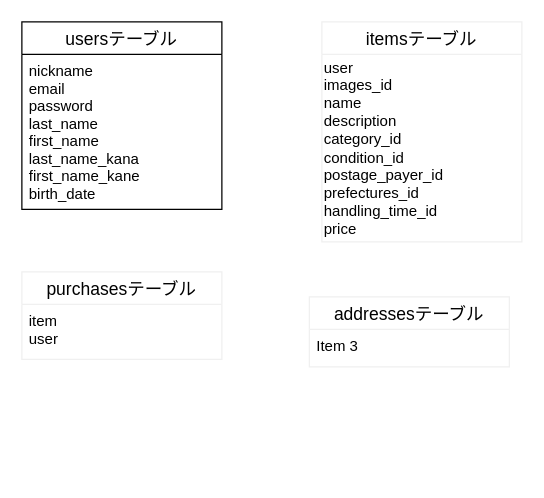
This is ER.dio from BH2401/furima-28385, a draw.io file, before an edit. Source tidied: cells renumbered, new cells numbered last; positions are measured from the earlier drawing's top-left corner, leaving out a move shared by most shapes. Both pictures are drawn from the tidied source at 125%, with x=0, y=0 at pixel (21, 21).
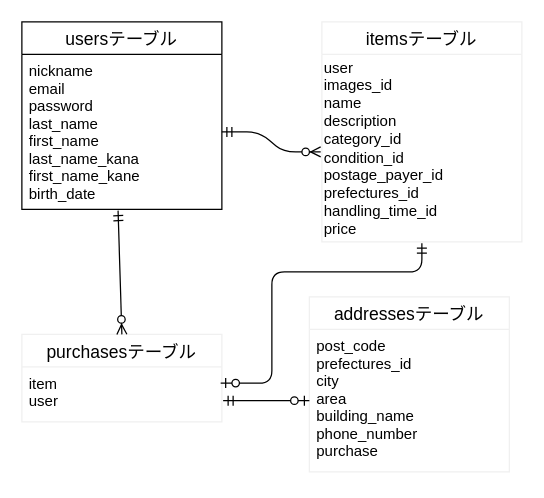
The same page after the edit.

The edit, as a diff of the source:
```diff
@@
 <mxGraphModel>
   <root>
     <mxCell id="0" />
     <mxCell id="1" parent="0" />
     <mxCell id="2" value="usersテーブル" style="swimlane;fontStyle=0;horizontal=1;startSize=26;align=center;fontSize=14;" parent="1" vertex="1">
       <mxGeometry width="160" height="150" as="geometry" />
     </mxCell>
     <mxCell id="3" value="nickname&#10;email&#10;password&#10;last_name&#10;first_name&#10;last_name_kana&#10;first_name_kane&#10;birth_date&#10;" style="text;strokeColor=none;fillColor=none;spacingLeft=4;spacingRight=4;overflow=hidden;points=[[0,0.5],[1,0.5]];portConstraint=eastwest;fontSize=12;" parent="2" vertex="1">
       <mxGeometry y="26" width="160" height="124" as="geometry" />
     </mxCell>
     <mxCell id="4" value="itemsテーブル" style="swimlane;fontStyle=0;horizontal=1;startSize=26;align=center;fontSize=14;strokeColor=#f0f0f0;" parent="1" vertex="1">
       <mxGeometry x="240" width="160" height="176" as="geometry" />
     </mxCell>
     <mxCell id="5" value="user&lt;br&gt;images_id&lt;br&gt;name&lt;br&gt;description&lt;br&gt;category_id&lt;br&gt;condition_id&lt;br&gt;postage_payer_id&lt;br&gt;prefectures_id&lt;br&gt;handling_time_id&lt;br&gt;price" style="text;html=1;align=left;verticalAlign=middle;points=[];" parent="4" vertex="1">
       <mxGeometry y="26" width="160" height="150" as="geometry" />
     </mxCell>
+    <mxCell id="8" value="addressesテーブル" style="swimlane;fontStyle=0;horizontal=1;startSize=26;align=center;fontSize=14;strokeColor=#f0f0f0;" parent="1" vertex="1">
+      <mxGeometry x="230" y="220" width="160" height="140" as="geometry" />
+    </mxCell>
+    <mxCell id="9" value="post_code&#10;prefectures_id&#10;city&#10;area&#10;building_name&#10;phone_number&#10;purchase" style="text;strokeColor=none;fillColor=none;spacingLeft=4;spacingRight=4;overflow=hidden;points=[[0,0.5],[1,0.5]];portConstraint=eastwest;fontSize=12;" parent="8" vertex="1">
+      <mxGeometry y="26" width="160" height="114" as="geometry" />
+    </mxCell>
+    <mxCell id="10" style="edgeStyle=entityRelationEdgeStyle;fontSize=12;html=1;endArrow=ERzeroToMany;startArrow=ERmandOne;exitX=1;exitY=0.5;exitDx=0;exitDy=0;entryX=-0.006;entryY=0.52;entryDx=0;entryDy=0;entryPerimeter=0;" parent="1" edge="1" source="3" target="5">
+      <mxGeometry relative="1" as="geometry" />
+    </mxCell>
     <mxCell id="6" value="purchasesテーブル" style="swimlane;fontStyle=0;horizontal=1;startSize=26;align=center;fontSize=14;strokeColor=#f0f0f0;" parent="1" vertex="1">
-      <mxGeometry y="200" width="160" height="70" as="geometry" />
+      <mxGeometry y="250" width="160" height="70" as="geometry" />
     </mxCell>
     <mxCell id="7" value="item&#10;user" style="text;strokeColor=none;fillColor=none;spacingLeft=4;spacingRight=4;overflow=hidden;points=[[0,0.5],[1,0.5]];portConstraint=eastwest;fontSize=12;" parent="6" vertex="1">
       <mxGeometry y="26" width="160" height="44" as="geometry" />
     </mxCell>
-    <mxCell id="8" value="addressesテーブル" style="swimlane;fontStyle=0;horizontal=1;startSize=26;align=center;fontSize=14;strokeColor=#f0f0f0;" parent="1" vertex="1">
-      <mxGeometry x="230" y="220" width="160" height="56" as="geometry" />
-    </mxCell>
-    <mxCell id="9" value="Item 3" style="text;strokeColor=none;fillColor=none;spacingLeft=4;spacingRight=4;overflow=hidden;points=[[0,0.5],[1,0.5]];portConstraint=eastwest;fontSize=12;" parent="8" vertex="1">
-      <mxGeometry y="26" width="160" height="30" as="geometry" />
-    </mxCell>
+    <mxCell id="11" style="endArrow=ERzeroToMany;html=1;rounded=0;exitX=0.481;exitY=1.008;exitDx=0;exitDy=0;exitPerimeter=0;entryX=0.5;entryY=0;entryDx=0;entryDy=0;startArrow=ERmandOne;startFill=0;endFill=1;" parent="1" edge="1" source="3" target="6">
+      <mxGeometry relative="1" as="geometry" />
+    </mxCell>
+    <mxCell id="12" style="edgeStyle=orthogonalEdgeStyle;fontSize=12;html=1;endArrow=ERzeroToOne;startArrow=ERmandOne;exitX=0.5;exitY=1.007;exitDx=0;exitDy=0;exitPerimeter=0;elbow=vertical;entryX=0.994;entryY=0.295;entryDx=0;entryDy=0;entryPerimeter=0;" parent="1" edge="1" source="5" target="7">
+      <mxGeometry relative="1" as="geometry">
+        <Array as="points">
+          <mxPoint x="320" y="200" />
+          <mxPoint x="200" y="200" />
+          <mxPoint x="200" y="289" />
+        </Array>
+      </mxGeometry>
+    </mxCell>
+    <mxCell id="13" style="fontSize=12;html=1;endArrow=ERzeroToOne;startArrow=ERmandOne;entryX=0;entryY=0.5;entryDx=0;entryDy=0;" parent="1" edge="1" target="9">
+      <mxGeometry relative="1" as="geometry">
+        <mxPoint x="161" y="303" as="sourcePoint" />
+      </mxGeometry>
+    </mxCell>
   </root>
 </mxGraphModel>
```
